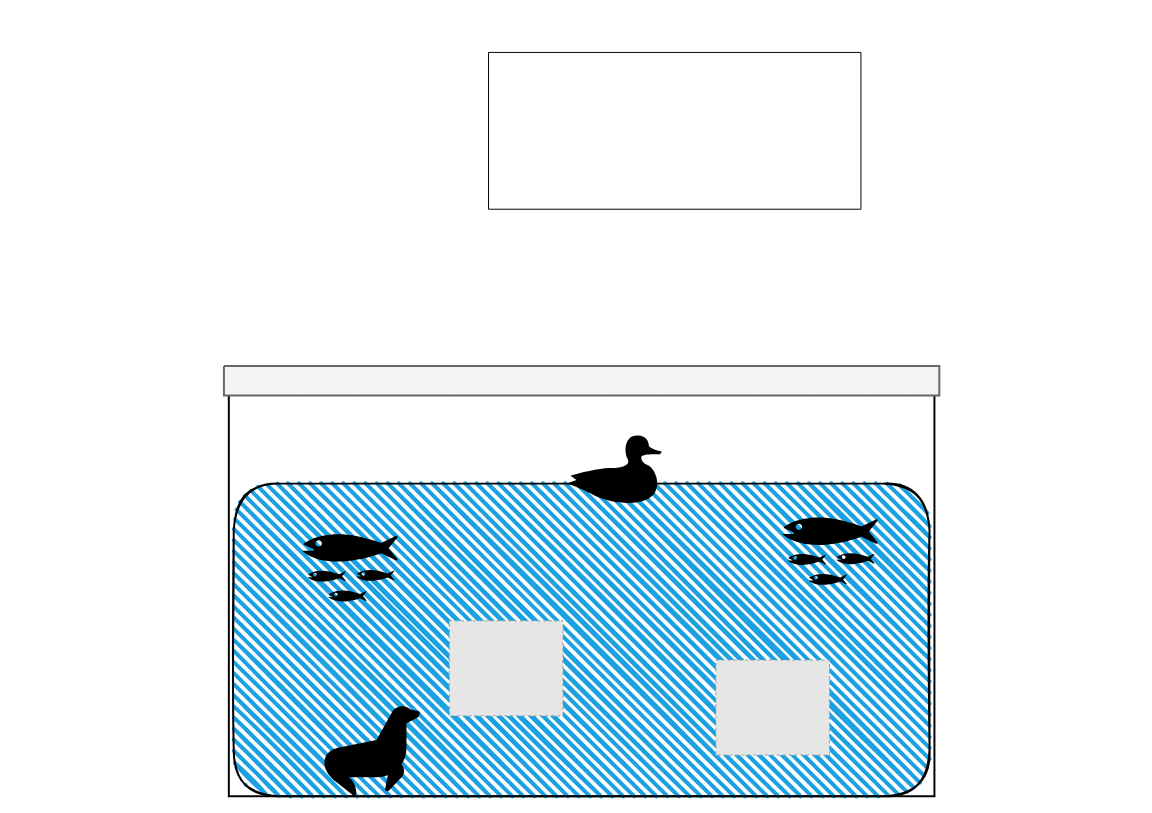
This is Project_Document/System_Block_Diagram.drawio from Kim-CheolHee/Project_Team_One, a draw.io file, before an edit. Source tidied: cells renumbered, new cells numbered last; positions are measured from the earlier drawing's top-left corner, leaving out a move shared by most shapes. Both pictures are drawn from the tidied source at 98%, with x=0, y=0 at pixel (223, 52). Pictures stored in the file or linked from it are replaced by grey dashed boxes.
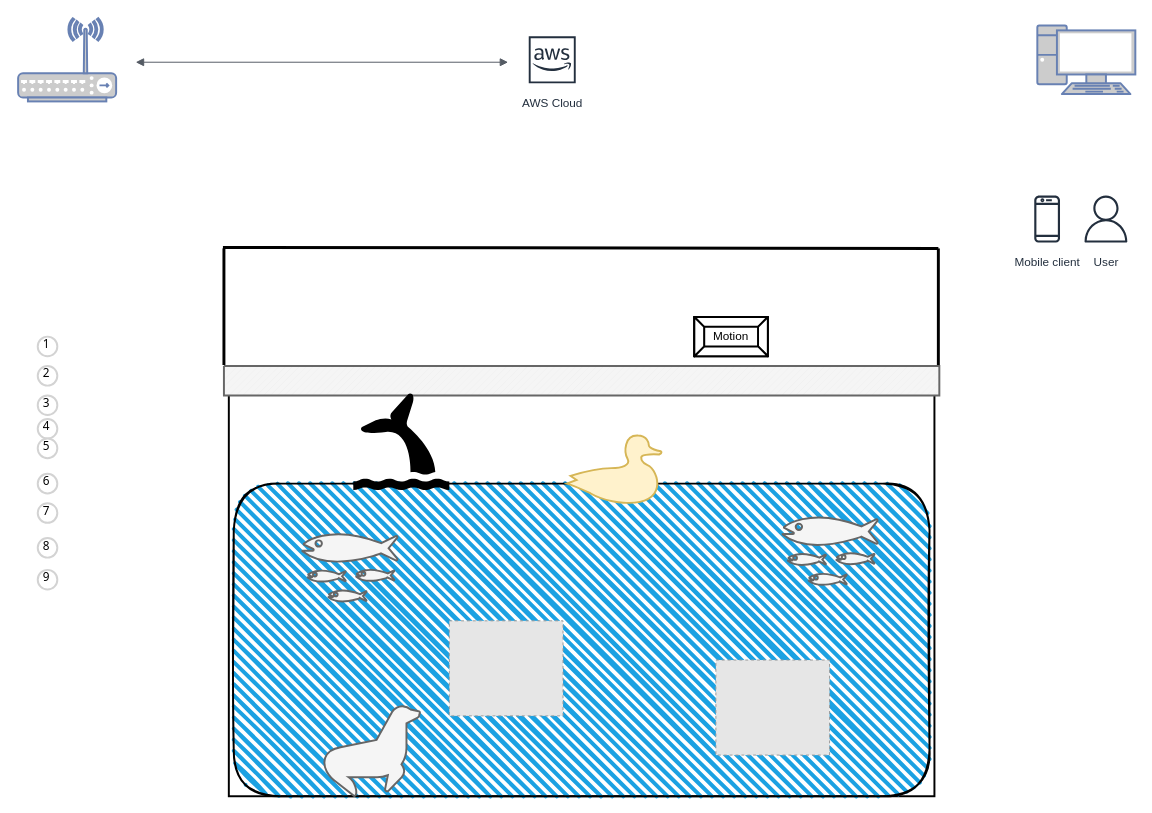
The same page after the edit.

Diff of the diagram source:
```diff
@@
-    <mxCell id="5" style="shape=mxgraph.signs.animals.fish_hatchery;html=1;fillColor=#000000;strokeColor=none;verticalLabelPosition=bottom;verticalAlign=top;align=center;sketch=0;strokeWidth=2;" parent="1" vertex="1">
+    <mxCell id="5" style="shape=mxgraph.signs.animals.fish_hatchery;html=1;fillColor=#f5f5f5;strokeColor=#666666;verticalLabelPosition=bottom;verticalAlign=top;align=center;sketch=0;strokeWidth=2;fontColor=#333333;" parent="1" vertex="1">
       <mxGeometry x="80" y="480" width="97" height="85" as="geometry" />
     </mxCell>
-    <mxCell id="6" style="shape=mxgraph.signs.animals.seal;html=1;fillColor=#000000;strokeColor=none;verticalLabelPosition=bottom;verticalAlign=top;align=center;sketch=0;strokeWidth=2;" parent="1" vertex="1">
+    <mxCell id="6" style="shape=mxgraph.signs.animals.seal;html=1;verticalLabelPosition=bottom;verticalAlign=top;align=center;sketch=0;strokeWidth=2;fillColor=#f5f5f5;fontColor=#333333;strokeColor=#666666;" parent="1" vertex="1">
       <mxGeometry x="100" y="667" width="100" height="92" as="geometry" />
     </mxCell>
-    <mxCell id="7" style="shape=mxgraph.signs.animals.duck;html=1;fillColor=#000000;strokeColor=none;verticalLabelPosition=bottom;verticalAlign=top;align=center;sketch=0;strokeWidth=2;" parent="1" vertex="1">
+    <mxCell id="7" style="shape=mxgraph.signs.animals.duck;html=1;fillColor=#fff2cc;strokeColor=#d6b656;verticalLabelPosition=bottom;verticalAlign=top;align=center;sketch=0;strokeWidth=2;" parent="1" vertex="1">
       <mxGeometry x="350" y="390" width="105" height="73" as="geometry" />
     </mxCell>
-    <mxCell id="8" style="verticalLabelPosition=bottom;verticalAlign=top;html=1;shape=mxgraph.basic.rect;fillColor2=none;strokeWidth=1;size=20;indent=5;" parent="1" vertex="1">
-      <mxGeometry x="270" width="380" height="160" as="geometry" />
-    </mxCell>
@@
-    <mxCell id="10" style="shape=mxgraph.signs.animals.fish_hatchery;html=1;fillColor=#000000;strokeColor=none;verticalLabelPosition=bottom;verticalAlign=top;align=center;sketch=0;strokeWidth=2;" parent="1" vertex="1">
+    <mxCell id="10" style="shape=mxgraph.signs.animals.fish_hatchery;html=1;fillColor=#f5f5f5;strokeColor=#666666;verticalLabelPosition=bottom;verticalAlign=top;align=center;sketch=0;strokeWidth=2;fontColor=#333333;" parent="1" vertex="1">
       <mxGeometry x="570" y="463" width="97" height="85" as="geometry" />
     </mxCell>
@@
+    <mxCell id="12" style="edgeStyle=orthogonalEdgeStyle;html=1;endArrow=block;elbow=vertical;startArrow=block;startFill=1;endFill=1;strokeColor=#545B64;rounded=0;" parent="1" edge="1">
+      <mxGeometry relative="1" as="geometry">
+        <mxPoint x="-90" y="10" as="sourcePoint" />
+        <mxPoint x="290" y="10" as="targetPoint" />
+      </mxGeometry>
+    </mxCell>
+    <mxCell id="13" value="AWS Cloud" style="sketch=0;fontColor=#232F3E;gradientColor=none;strokeColor=#232F3E;fillColor=#ffffff;dashed=0;verticalLabelPosition=bottom;verticalAlign=top;align=center;html=1;fontSize=12;fontStyle=0;shape=mxgraph.aws4.resourceIcon;resIcon=mxgraph.aws4.aws_cloud;strokeWidth=2;" parent="1" vertex="1">
+      <mxGeometry x="305" y="-22.5" width="60" height="60" as="geometry" />
+    </mxCell>
+    <mxCell id="14" value="User" style="sketch=0;fontColor=#232F3E;gradientColor=none;strokeColor=#232F3E;fillColor=#ffffff;dashed=0;verticalLabelPosition=bottom;verticalAlign=top;align=center;html=1;fontSize=12;fontStyle=0;shape=mxgraph.aws4.resourceIcon;resIcon=mxgraph.aws4.user;strokeWidth=2;" parent="1" vertex="1">
+      <mxGeometry x="870" y="140" width="60" height="60" as="geometry" />
+    </mxCell>
+    <mxCell id="15" value="Mobile client" style="sketch=0;fontColor=#232F3E;gradientColor=none;strokeColor=#232F3E;fillColor=#ffffff;dashed=0;verticalLabelPosition=bottom;verticalAlign=top;align=center;html=1;fontSize=12;fontStyle=0;shape=mxgraph.aws4.resourceIcon;resIcon=mxgraph.aws4.mobile_client;strokeWidth=2;" parent="1" vertex="1">
+      <mxGeometry x="810" y="140" width="60" height="60" as="geometry" />
+    </mxCell>
+    <mxCell id="16" style="fontColor=#0066CC;verticalAlign=top;verticalLabelPosition=bottom;labelPosition=center;align=center;html=1;fillColor=#CCCCCC;strokeColor=#6881B3;gradientColor=none;gradientDirection=north;strokeWidth=2;shape=mxgraph.networks.wireless_hub;" parent="1" vertex="1">
+      <mxGeometry x="-210" y="-35" width="100" height="85" as="geometry" />
+    </mxCell>
+    <mxCell id="17" style="fontColor=#0066CC;verticalAlign=top;verticalLabelPosition=bottom;labelPosition=center;align=center;html=1;fillColor=#CCCCCC;strokeColor=#6881B3;gradientColor=none;gradientDirection=north;strokeWidth=2;shape=mxgraph.networks.pc;" parent="1" vertex="1">
+      <mxGeometry x="830" y="-27.5" width="100" height="70" as="geometry" />
+    </mxCell>
+    <mxCell id="18" value="1" style="ellipse;whiteSpace=wrap;html=1;strokeWidth=2;fontFamily=Tahoma;spacingBottom=4;spacingRight=2;strokeColor=#d3d3d3;" parent="1" vertex="1">
+      <mxGeometry x="-190" y="290" width="20" height="20" as="geometry" />
+    </mxCell>
+    <mxCell id="19" value="2" style="ellipse;whiteSpace=wrap;html=1;strokeWidth=2;fontFamily=Tahoma;spacingBottom=4;spacingRight=2;strokeColor=#d3d3d3;" parent="1" vertex="1">
+      <mxGeometry x="-190" y="320" width="20" height="20" as="geometry" />
+    </mxCell>
+    <mxCell id="20" value="3" style="ellipse;whiteSpace=wrap;html=1;strokeWidth=2;fontFamily=Tahoma;spacingBottom=4;spacingRight=2;strokeColor=#d3d3d3;" parent="1" vertex="1">
+      <mxGeometry x="-190" y="350" width="20" height="20" as="geometry" />
+    </mxCell>
+    <mxCell id="21" value="4" style="ellipse;whiteSpace=wrap;html=1;strokeWidth=2;fontFamily=Tahoma;spacingBottom=4;spacingRight=2;strokeColor=#d3d3d3;" parent="1" vertex="1">
+      <mxGeometry x="-190" y="374" width="20" height="20" as="geometry" />
+    </mxCell>
+    <mxCell id="22" value="5" style="ellipse;whiteSpace=wrap;html=1;strokeWidth=2;fontFamily=Tahoma;spacingBottom=4;spacingRight=2;strokeColor=#d3d3d3;" parent="1" vertex="1">
+      <mxGeometry x="-190" y="394" width="20" height="20" as="geometry" />
+    </mxCell>
+    <mxCell id="23" value="6" style="ellipse;whiteSpace=wrap;html=1;strokeWidth=2;fontFamily=Tahoma;spacingBottom=4;spacingRight=2;strokeColor=#d3d3d3;" parent="1" vertex="1">
+      <mxGeometry x="-190" y="430" width="20" height="20" as="geometry" />
+    </mxCell>
+    <mxCell id="24" value="7" style="ellipse;whiteSpace=wrap;html=1;strokeWidth=2;fontFamily=Tahoma;spacingBottom=4;spacingRight=2;strokeColor=#d3d3d3;" parent="1" vertex="1">
+      <mxGeometry x="-190" y="460" width="20" height="20" as="geometry" />
+    </mxCell>
+    <mxCell id="25" value="8" style="ellipse;whiteSpace=wrap;html=1;strokeWidth=2;fontFamily=Tahoma;spacingBottom=4;spacingRight=2;strokeColor=#d3d3d3;" parent="1" vertex="1">
+      <mxGeometry x="-190" y="495.5" width="20" height="20" as="geometry" />
+    </mxCell>
+    <mxCell id="26" value="9" style="ellipse;whiteSpace=wrap;html=1;strokeWidth=2;fontFamily=Tahoma;spacingBottom=4;spacingRight=2;strokeColor=#d3d3d3;" parent="1" vertex="1">
+      <mxGeometry x="-190" y="528" width="20" height="20" as="geometry" />
+    </mxCell>
+    <mxCell id="27" style="shape=mxgraph.signs.sports.whale_viewing;html=1;fillColor=#000000;strokeColor=none;verticalLabelPosition=bottom;verticalAlign=top;align=center;sketch=0;strokeWidth=2;" parent="1" vertex="1">
+      <mxGeometry x="132" y="347.5" width="98" height="99" as="geometry" />
+    </mxCell>
+    <mxCell id="28" value="Motion" style="labelPosition=center;verticalLabelPosition=middle;align=center;html=1;shape=mxgraph.basic.button;dx=10;whiteSpace=wrap;strokeWidth=2;" parent="1" vertex="1">
+      <mxGeometry x="480" y="270" width="75" height="40" as="geometry" />
+    </mxCell>
+    <mxCell id="29" style="endArrow=none;html=1;rounded=0;strokeWidth=3;" parent="1" edge="1">
+      <mxGeometry relative="1" as="geometry">
+        <mxPoint y="319" as="sourcePoint" />
+        <mxPoint y="200" as="targetPoint" />
+      </mxGeometry>
+    </mxCell>
+    <mxCell id="30" style="endArrow=none;html=1;rounded=0;strokeWidth=3;" parent="1" edge="1">
+      <mxGeometry relative="1" as="geometry">
+        <mxPoint x="729" y="319" as="sourcePoint" />
+        <mxPoint x="729" y="200" as="targetPoint" />
+      </mxGeometry>
+    </mxCell>
+    <mxCell id="31" style="endArrow=none;html=1;rounded=0;strokeWidth=3;" parent="1" edge="1">
+      <mxGeometry relative="1" as="geometry">
+        <mxPoint x="729" y="200" as="sourcePoint" />
+        <mxPoint x="-1" y="199" as="targetPoint" />
+      </mxGeometry>
+    </mxCell>
```
